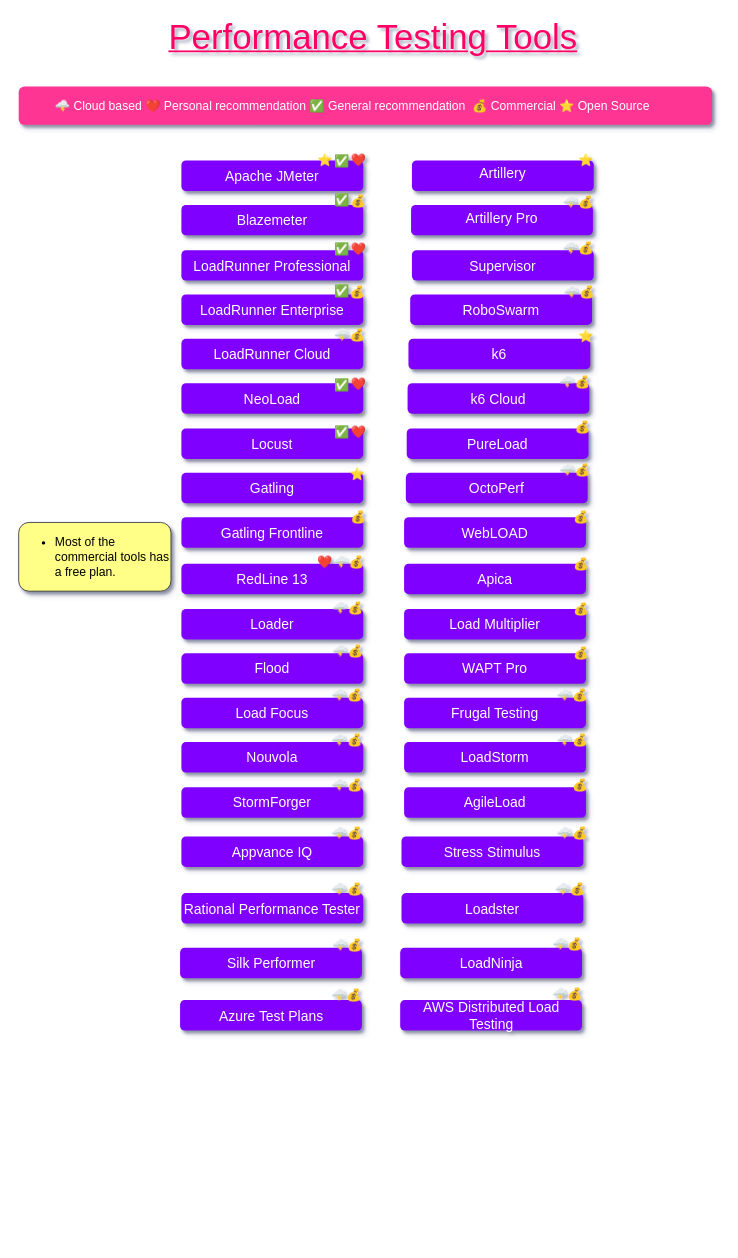
QAInsights/Performance-Testing-Tools keeps this draw.io diagram as PerformanceTestingTools.drawio. Above is the earlier version. Source tidied: cells renumbered, new cells numbered last; positions are measured from the earlier drawing's top-left corner, leaving out a move shared by most shapes. Both pictures are drawn from the tidied source at 87%, with x=0, y=0 at pixel (18, 27).
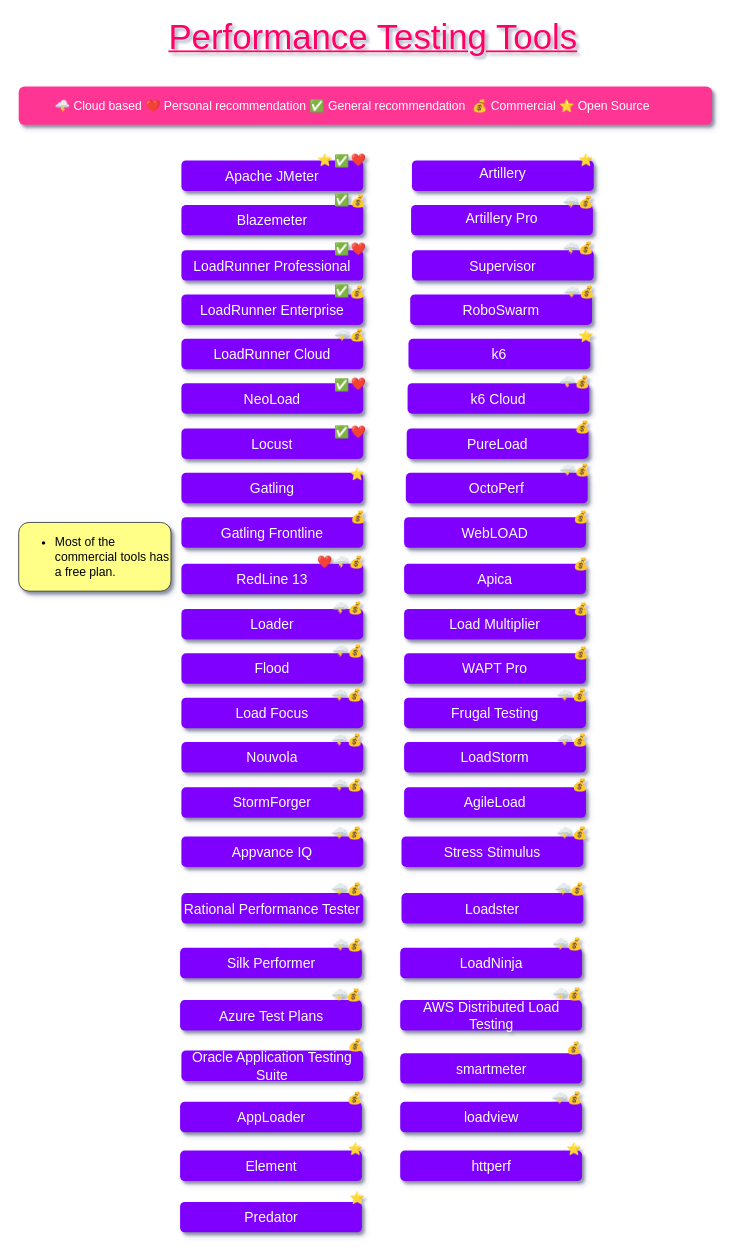
Above is the later version.

Commit message (it also covers changes not shown here):
Add: Predator, Element, and others

Diff of the diagram source:
```diff
@@
+    <mxCell id="133" value="&lt;h4&gt;&lt;span style=&quot;font-weight: normal&quot;&gt;Oracle Application Testing Suite&lt;/span&gt;&lt;/h4&gt;" style="rounded=1;whiteSpace=wrap;html=1;shadow=1;glass=0;labelBackgroundColor=none;sketch=0;fontFamily=Ubuntu;fontSize=16;align=center;spacingRight=0;strokeColor=none;fontColor=#FFFFFF;fillColor=#7F00FF;" parent="1" vertex="1">
+      <mxGeometry x="187" y="1176" width="209" height="35" as="geometry" />
+    </mxCell>
+    <mxCell id="134" value="&lt;span style=&quot;color: rgb(255 , 255 , 255) ; font-family: &amp;#34;ubuntu&amp;#34; ; font-size: 14px ; text-align: left&quot;&gt;💰&lt;/span&gt;" style="text;html=1;align=center;verticalAlign=middle;" parent="1" vertex="1">
+      <mxGeometry x="373.5" y="1160" width="26" height="19" as="geometry" />
+    </mxCell>
+    <mxCell id="135" value="AppLoader" style="rounded=1;whiteSpace=wrap;html=1;shadow=1;glass=0;labelBackgroundColor=none;sketch=0;fontFamily=Ubuntu;fontSize=16;align=center;spacingRight=0;strokeColor=none;fontColor=#FFFFFF;fillColor=#7F00FF;" parent="1" vertex="1">
+      <mxGeometry x="185.5" y="1235" width="209" height="35" as="geometry" />
+    </mxCell>
+    <mxCell id="136" value="smartmeter" style="rounded=1;whiteSpace=wrap;html=1;shadow=1;glass=0;labelBackgroundColor=none;sketch=0;fontFamily=Ubuntu;fontSize=16;align=center;spacingRight=0;strokeColor=none;fontColor=#FFFFFF;fillColor=#7F00FF;" parent="1" vertex="1">
+      <mxGeometry x="438.5" y="1179" width="209" height="35" as="geometry" />
+    </mxCell>
+    <mxCell id="137" value="&lt;span style=&quot;color: rgb(255 , 255 , 255) ; font-family: &amp;#34;ubuntu&amp;#34; ; font-size: 14px ; text-align: left&quot;&gt;💰&lt;/span&gt;" style="text;html=1;align=center;verticalAlign=middle;" parent="1" vertex="1">
+      <mxGeometry x="625.2" y="1163" width="26" height="19" as="geometry" />
+    </mxCell>
+    <mxCell id="138" value="&lt;span style=&quot;color: rgb(255 , 255 , 255) ; font-family: &amp;#34;ubuntu&amp;#34; ; font-size: 14px ; text-align: left&quot;&gt;💰&lt;/span&gt;" style="text;html=1;align=center;verticalAlign=middle;" parent="1" vertex="1">
+      <mxGeometry x="373" y="1221" width="26" height="19" as="geometry" />
+    </mxCell>
+    <mxCell id="139" value="loadview" style="rounded=1;whiteSpace=wrap;html=1;shadow=1;glass=0;labelBackgroundColor=none;sketch=0;fontFamily=Ubuntu;fontSize=16;align=center;spacingRight=0;strokeColor=none;fontColor=#FFFFFF;fillColor=#7F00FF;" parent="1" vertex="1">
+      <mxGeometry x="438.5" y="1235" width="209" height="35" as="geometry" />
+    </mxCell>
+    <mxCell id="140" style="group;" parent="1" vertex="1">
+      <mxGeometry x="607" y="1221" width="44.5" height="19" as="geometry" />
+    </mxCell>
+    <mxCell id="141" value="&lt;span style=&quot;color: rgb(255 , 255 , 255) ; font-family: &amp;#34;ubuntu&amp;#34; ; font-size: 14px ; text-align: left&quot;&gt;🌩️&lt;/span&gt;" style="text;html=1;align=center;verticalAlign=middle;" parent="140" vertex="1">
+      <mxGeometry width="28" height="19" as="geometry" />
+    </mxCell>
+    <mxCell id="142" value="&lt;span style=&quot;color: rgb(255 , 255 , 255) ; font-family: &amp;#34;ubuntu&amp;#34; ; font-size: 14px ; text-align: left&quot;&gt;💰&lt;/span&gt;" style="text;html=1;align=center;verticalAlign=middle;" parent="140" vertex="1">
+      <mxGeometry x="18.5" width="26" height="19" as="geometry" />
+    </mxCell>
+    <mxCell id="143" value="Element" style="rounded=1;whiteSpace=wrap;html=1;shadow=1;glass=0;labelBackgroundColor=none;sketch=0;fontFamily=Ubuntu;fontSize=16;align=center;spacingRight=0;strokeColor=none;fontColor=#FFFFFF;fillColor=#7F00FF;" parent="1" vertex="1">
+      <mxGeometry x="185.5" y="1291" width="209" height="35" as="geometry" />
+    </mxCell>
+    <mxCell id="144" value="&lt;font style=&quot;font-size: 14px&quot;&gt;⭐&lt;/font&gt;" style="text;html=1;align=center;verticalAlign=middle;fontSize=16;fontFamily=Ubuntu;fontColor=#FFFFFF;" parent="1" vertex="1">
+      <mxGeometry x="372.5" y="1276" width="29" height="24" as="geometry" />
+    </mxCell>
+    <mxCell id="145" value="httperf" style="rounded=1;whiteSpace=wrap;html=1;shadow=1;glass=0;labelBackgroundColor=none;sketch=0;fontFamily=Ubuntu;fontSize=16;align=center;spacingRight=0;strokeColor=none;fontColor=#FFFFFF;fillColor=#7F00FF;" parent="1" vertex="1">
+      <mxGeometry x="438.5" y="1291" width="209" height="35" as="geometry" />
+    </mxCell>
+    <mxCell id="146" value="&lt;font style=&quot;font-size: 14px&quot;&gt;⭐&lt;/font&gt;" style="text;html=1;align=center;verticalAlign=middle;fontSize=16;fontFamily=Ubuntu;fontColor=#FFFFFF;" parent="1" vertex="1">
+      <mxGeometry x="623.8" y="1276" width="29" height="24" as="geometry" />
+    </mxCell>
+    <mxCell id="147" value="Predator" style="rounded=1;whiteSpace=wrap;html=1;shadow=1;glass=0;labelBackgroundColor=none;sketch=0;fontFamily=Ubuntu;fontSize=16;align=center;spacingRight=0;strokeColor=none;fontColor=#FFFFFF;fillColor=#7F00FF;" parent="1" vertex="1">
+      <mxGeometry x="185.5" y="1350" width="209" height="35" as="geometry" />
+    </mxCell>
+    <mxCell id="148" value="&lt;font style=&quot;font-size: 14px&quot;&gt;⭐&lt;/font&gt;" style="text;html=1;align=center;verticalAlign=middle;fontSize=16;fontFamily=Ubuntu;fontColor=#FFFFFF;" parent="1" vertex="1">
+      <mxGeometry x="374" y="1333" width="29" height="24" as="geometry" />
+    </mxCell>
```
